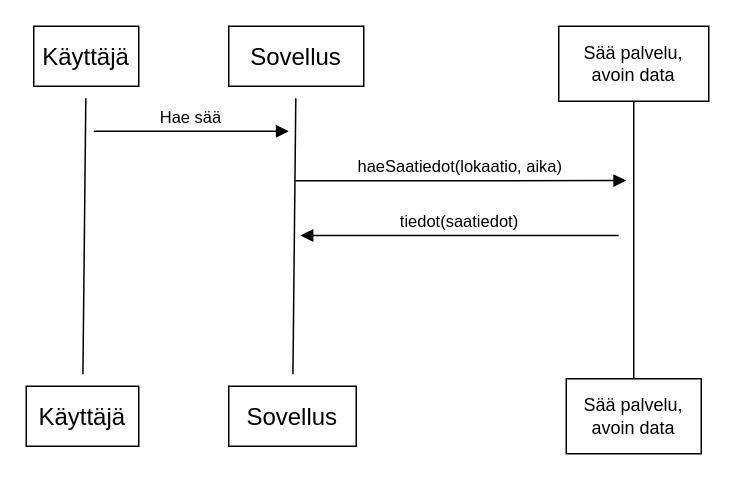
Earlier version of the draw.io diagram UML/SW ENG course/Sequence diagrams/Weather info open data.drawio (DeveloperLauri/UML-charts-draw.io). Source tidied: cells renumbered, new cells numbered last; positions are measured from the earlier drawing's top-left corner, leaving out a move shared by most shapes. Both pictures are drawn from the tidied source at 150%, with x=0, y=0 at pixel (26, 26).
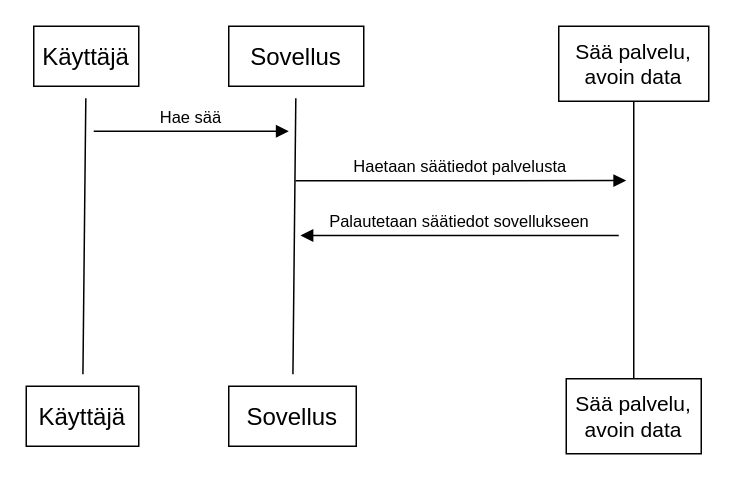
The same diagram, later.

Diff of the diagram source:
```diff
@@
 <mxGraphModel>
   <root>
     <mxCell id="0" />
     <mxCell id="1" parent="0" />
-    <mxCell id="2" value="tiedot(saatiedot)" style="verticalAlign=bottom;endArrow=block;shadow=0;strokeWidth=1;exitX=0.486;exitY=0.465;exitDx=0;exitDy=0;exitPerimeter=0;entryX=0.528;entryY=0.465;entryDx=0;entryDy=0;entryPerimeter=0;" parent="1" edge="1">
+    <mxCell id="2" value="Palautetaan säätiedot sovellukseen" style="verticalAlign=bottom;endArrow=block;shadow=0;strokeWidth=1;exitX=0.486;exitY=0.465;exitDx=0;exitDy=0;exitPerimeter=0;entryX=0.528;entryY=0.465;entryDx=0;entryDy=0;entryPerimeter=0;" parent="1" edge="1">
       <mxGeometry relative="1" as="geometry">
         <mxPoint x="395" y="139.5" as="sourcePoint" />
         <mxPoint x="182.8" y="139.5" as="targetPoint" />
       </mxGeometry>
     </mxCell>
-    <mxCell id="3" value="haeSaatiedot(lokaatio, aika)" style="verticalAlign=bottom;endArrow=block;shadow=0;strokeWidth=1;entryX=0.514;entryY=0.343;entryDx=0;entryDy=0;entryPerimeter=0;" parent="1" edge="1">
+    <mxCell id="3" value="Haetaan säätiedot palvelusta" style="verticalAlign=bottom;endArrow=block;shadow=0;strokeWidth=1;entryX=0.514;entryY=0.343;entryDx=0;entryDy=0;entryPerimeter=0;" parent="1" edge="1">
       <mxGeometry relative="1" as="geometry">
         <mxPoint x="179.5" y="103" as="sourcePoint" />
         <mxPoint x="400" y="102.9" as="targetPoint" />
         <Array as="points">
           <mxPoint x="275" y="103" />
         </Array>
       </mxGeometry>
     </mxCell>
     <mxCell id="4" value="Hae sää" style="verticalAlign=bottom;endArrow=block;shadow=0;strokeWidth=1;" parent="1" edge="1">
       <mxGeometry relative="1" as="geometry">
         <mxPoint x="45" y="70" as="sourcePoint" />
         <mxPoint x="175" y="70" as="targetPoint" />
         <Array as="points">
           <mxPoint x="140" y="70" />
         </Array>
       </mxGeometry>
     </mxCell>
     <mxCell id="5" style="edgeStyle=none;rounded=0;jettySize=auto;html=1;fontSize=12;endArrow=none;startSize=14;endSize=14;sourcePerimeterSpacing=8;targetPerimeterSpacing=8;endFill=0;" parent="1" edge="1" source="6" target="10">
       <mxGeometry relative="1" as="geometry" />
     </mxCell>
     <mxCell id="6" value="Käyttäjä" style="rounded=0;whiteSpace=wrap;html=1;fontSize=16;" parent="1" vertex="1">
       <mxGeometry x="5" width="70" height="40" as="geometry" />
     </mxCell>
     <mxCell id="7" style="rounded=0;jettySize=auto;html=1;fontSize=12;endArrow=none;startSize=14;endSize=14;sourcePerimeterSpacing=8;targetPerimeterSpacing=8;endFill=0;" parent="1" edge="1" source="8" target="9">
       <mxGeometry relative="1" as="geometry" />
     </mxCell>
     <mxCell id="8" value="Sovellus" style="whiteSpace=wrap;html=1;fontSize=16;" parent="1" vertex="1">
       <mxGeometry x="135" width="90" height="40" as="geometry" />
     </mxCell>
     <mxCell id="9" value="Sovellus" style="rounded=0;whiteSpace=wrap;html=1;fontSize=16;" parent="1" vertex="1">
       <mxGeometry x="135" y="240" width="85" height="40" as="geometry" />
     </mxCell>
     <mxCell id="10" value="Käyttäjä" style="rounded=0;whiteSpace=wrap;html=1;fontSize=16;" parent="1" vertex="1">
       <mxGeometry y="240" width="75" height="40" as="geometry" />
     </mxCell>
     <mxCell id="11" style="edgeStyle=orthogonalEdgeStyle;rounded=0;jettySize=auto;html=1;endArrow=none;endFill=0;" parent="1" edge="1" source="12" target="13">
       <mxGeometry relative="1" as="geometry" />
     </mxCell>
-    <mxCell id="12" value="Sää palvelu, avoin data" style="rounded=0;whiteSpace=wrap;html=1;" parent="1" vertex="1">
+    <mxCell id="12" value="&lt;font style=&quot;font-size: 14px;&quot;&gt;Sää palvelu, avoin data&lt;/font&gt;" style="rounded=0;whiteSpace=wrap;html=1;" parent="1" vertex="1">
       <mxGeometry x="355" width="100" height="50" as="geometry" />
     </mxCell>
-    <mxCell id="13" value="Sää palvelu, avoin data" style="rounded=0;whiteSpace=wrap;html=1;" parent="1" vertex="1">
+    <mxCell id="13" value="&lt;font style=&quot;font-size: 14px;&quot;&gt;Sää palvelu, avoin data&lt;/font&gt;" style="rounded=0;whiteSpace=wrap;html=1;" parent="1" vertex="1">
       <mxGeometry x="360" y="235" width="90" height="50" as="geometry" />
     </mxCell>
   </root>
 </mxGraphModel>
```
